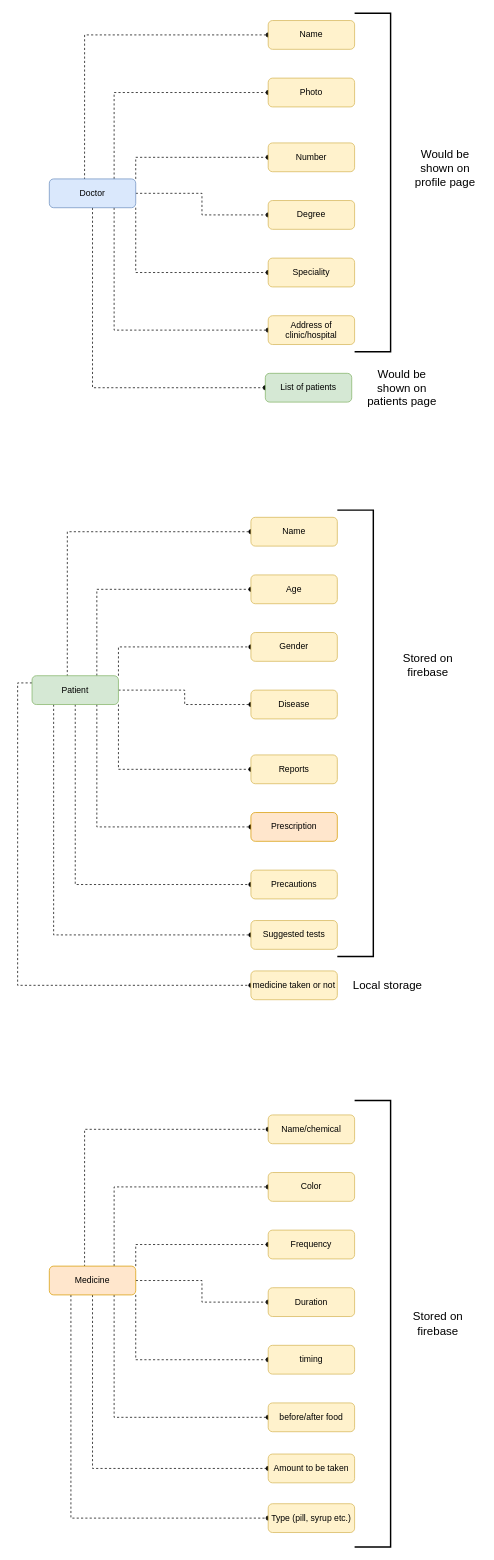
This is page "Firebase data base" (3 of 3) of Untitled Diagram.drawio from Illusion47586/medico, a draw.io file, before an edit. Source tidied: cells renumbered, new cells numbered last; positions are measured from the earlier drawing's top-left corner, leaving out a move shared by most shapes. Both pictures are drawn from the tidied source at 72%, with x=0, y=0 at pixel (32, 13).
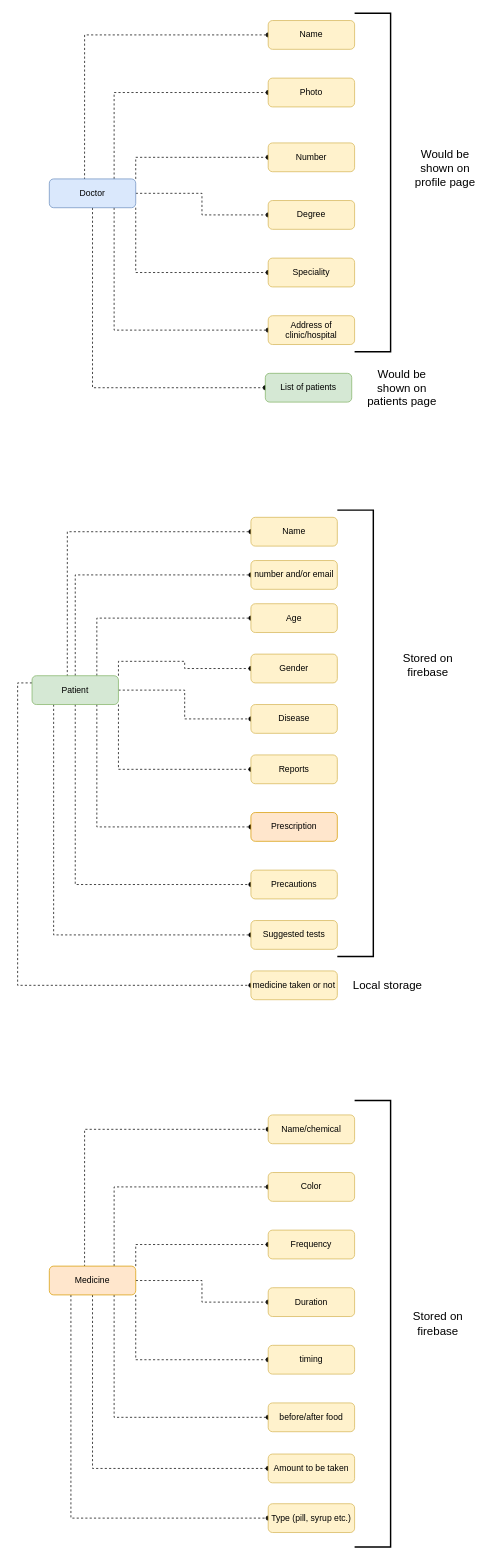
Above is the later version.

Commit message:
updated database structure

Unchanged cells that the change refers to:
```xml
<mxCell id="29" value="Patient" style="rounded=1;whiteSpace=wrap;html=1;fontSize=12;glass=0;strokeWidth=1;shadow=0;fillColor=#d5e8d4;strokeColor=#82b366;" parent="1" vertex="1">
  <mxGeometry y="920" width="120" height="40" as="geometry" />
</mxCell>
```

Change to the diagram source:
```diff
@@
+    <mxCell id="61" style="edgeStyle=orthogonalEdgeStyle;rounded=0;jettySize=auto;html=1;exitX=0.5;exitY=0;exitDx=0;exitDy=0;entryX=0;entryY=0.5;entryDx=0;entryDy=0;dashed=1;endArrow=oval;endFill=1;fontSize=16;" parent="1" edge="1" source="29" target="62">
+      <mxGeometry relative="1" as="geometry" />
+    </mxCell>
@@
     <mxCell id="32" value="Gender" style="rounded=1;whiteSpace=wrap;html=1;fontSize=12;glass=0;strokeWidth=1;shadow=0;fillColor=#fff2cc;strokeColor=#d6b656;" parent="1" vertex="1">
-      <mxGeometry x="304" y="860" width="120" height="40" as="geometry" />
+      <mxGeometry x="304" y="890" width="120" height="40" as="geometry" />
     </mxCell>
     <mxCell id="33" value="Disease" style="rounded=1;whiteSpace=wrap;html=1;fontSize=12;glass=0;strokeWidth=1;shadow=0;fillColor=#fff2cc;strokeColor=#d6b656;" parent="1" vertex="1">
-      <mxGeometry x="304" y="940" width="120" height="40" as="geometry" />
+      <mxGeometry x="304" y="960" width="120" height="40" as="geometry" />
     </mxCell>
@@
     <mxCell id="35" value="Age" style="rounded=1;whiteSpace=wrap;html=1;fontSize=12;glass=0;strokeWidth=1;shadow=0;fillColor=#fff2cc;strokeColor=#d6b656;" parent="1" vertex="1">
-      <mxGeometry x="304" y="780" width="120" height="40" as="geometry" />
+      <mxGeometry x="304" y="820" width="120" height="40" as="geometry" />
     </mxCell>
@@
+    <mxCell id="62" value="number and/or email" style="rounded=1;whiteSpace=wrap;html=1;fontSize=12;glass=0;strokeWidth=1;shadow=0;fillColor=#fff2cc;strokeColor=#d6b656;" parent="1" vertex="1">
+      <mxGeometry x="304" y="760" width="120" height="40" as="geometry" />
+    </mxCell>
```
